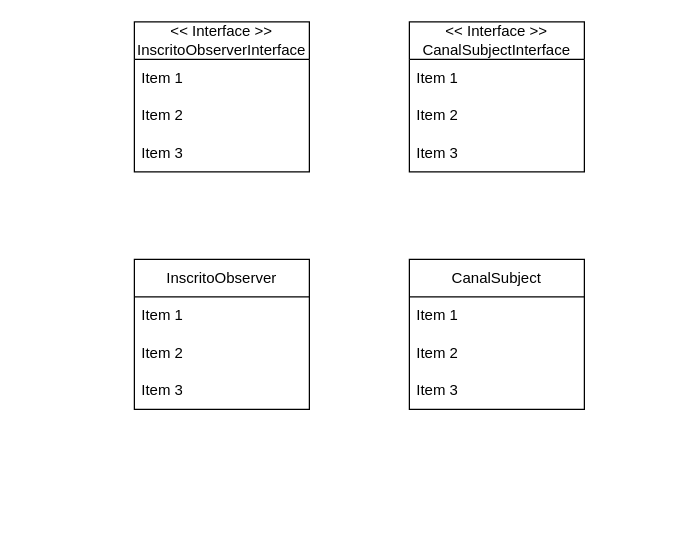
Earlier version of the draw.io diagram padroesProjetosSistemas/observer/Observer.drawio (AugustoTSantos/Bertoti). Source tidied: cells renumbered, new cells numbered last; positions are measured from the earlier drawing's top-left corner, leaving out a move shared by most shapes. Both pictures are drawn from the tidied source at 125%, with x=0, y=0 at pixel (134, 21).
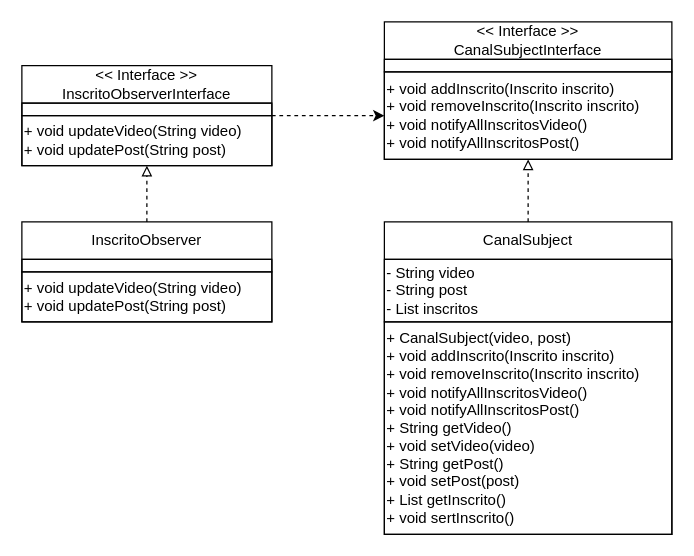
After the change.

Commit message (it also covers changes not shown here):
desenhado diagrama

Diff of the diagram source:
```diff
@@
 <mxGraphModel>
   <root>
     <mxCell id="0" />
     <mxCell id="1" parent="0" />
+    <mxCell id="18" style="edgeStyle=none;html=1;dashed=1;endArrow=classic;endFill=1;" parent="1" edge="1" source="2" target="25">
+      <mxGeometry relative="1" as="geometry" />
+    </mxCell>
-    <mxCell id="2" value="&amp;lt;&amp;lt; Interface &amp;gt;&amp;gt;&lt;br&gt;InscritoObserverInterface" style="swimlane;fontStyle=0;horizontal=1;startSize=30;whiteSpace=wrap;html=1;" parent="1" vertex="1">
-      <mxGeometry width="140" height="120" as="geometry" />
+    <mxCell id="2" value="&amp;lt;&amp;lt; Interface &amp;gt;&amp;gt;&lt;br&gt;InscritoObserverInterface" style="swimlane;fontStyle=0;horizontal=1;startSize=30;whiteSpace=wrap;html=1;glass=0;" parent="1" vertex="1">
+      <mxGeometry x="-90" y="35" width="200" height="80" as="geometry" />
     </mxCell>
-    <mxCell id="3" value="Item 1" style="text;strokeColor=none;fillColor=none;align=left;verticalAlign=middle;spacingLeft=4;spacingRight=4;overflow=hidden;whiteSpace=wrap;html=1;" parent="2" vertex="1">
-      <mxGeometry y="30" width="140" height="30" as="geometry" />
-    </mxCell>
-    <mxCell id="4" value="Item 2" style="text;strokeColor=none;fillColor=none;align=left;verticalAlign=middle;spacingLeft=4;spacingRight=4;overflow=hidden;whiteSpace=wrap;html=1;" parent="2" vertex="1">
-      <mxGeometry y="60" width="140" height="30" as="geometry" />
-    </mxCell>
-    <mxCell id="5" value="Item 3" style="text;strokeColor=none;fillColor=none;align=left;verticalAlign=middle;spacingLeft=4;spacingRight=4;overflow=hidden;whiteSpace=wrap;html=1;" parent="2" vertex="1">
-      <mxGeometry y="90" width="140" height="30" as="geometry" />
-    </mxCell>
+    <mxCell id="19" style="text;html=1;strokeColor=default;fillColor=none;align=center;verticalAlign=middle;whiteSpace=wrap;rounded=0;glass=0;" parent="2" vertex="1">
+      <mxGeometry y="30" width="200" height="10" as="geometry" />
+    </mxCell>
+    <mxCell id="20" value="&lt;div style=&quot;&quot;&gt;&lt;span style=&quot;background-color: initial;&quot;&gt;+ void updateVideo(String video)&lt;/span&gt;&lt;/div&gt;&lt;div style=&quot;&quot;&gt;&lt;span style=&quot;background-color: initial;&quot;&gt;+ void updatePost(String post)&lt;/span&gt;&lt;/div&gt;" style="text;html=1;align=left;verticalAlign=middle;points=[];strokeColor=default;fillColor=none;" parent="2" vertex="1">
+      <mxGeometry y="40" width="200" height="40" as="geometry" />
+    </mxCell>
+    <mxCell id="21" style="edgeStyle=none;html=1;dashed=1;endArrow=block;endFill=0;" parent="1" edge="1" source="14" target="20">
+      <mxGeometry relative="1" as="geometry" />
+    </mxCell>
+    <mxCell id="14" value="InscritoObserver" style="swimlane;fontStyle=0;horizontal=1;startSize=30;whiteSpace=wrap;html=1;glass=0;" parent="1" vertex="1">
+      <mxGeometry x="-90" y="160" width="200" height="80" as="geometry" />
+    </mxCell>
+    <mxCell id="22" style="text;html=1;strokeColor=default;fillColor=none;align=center;verticalAlign=middle;whiteSpace=wrap;rounded=0;glass=0;" parent="14" vertex="1">
+      <mxGeometry y="30" width="200" height="10" as="geometry" />
+    </mxCell>
+    <mxCell id="23" value="&lt;div style=&quot;&quot;&gt;&lt;span style=&quot;background-color: initial;&quot;&gt;+ void updateVideo(String video)&lt;/span&gt;&lt;/div&gt;&lt;div style=&quot;&quot;&gt;&lt;span style=&quot;background-color: initial;&quot;&gt;+ void updatePost(String post)&lt;/span&gt;&lt;/div&gt;" style="text;html=1;align=left;verticalAlign=middle;strokeColor=default;fillColor=none;" parent="14" vertex="1">
+      <mxGeometry y="40" width="200" height="40" as="geometry" />
+    </mxCell>
-    <mxCell id="6" value="&amp;lt;&amp;lt; Interface &amp;gt;&amp;gt;&lt;br&gt;CanalSubjectInterface" style="swimlane;fontStyle=0;horizontal=1;startSize=30;whiteSpace=wrap;html=1;" parent="1" vertex="1">
-      <mxGeometry x="220" width="140" height="120" as="geometry" />
+    <mxCell id="6" value="&amp;lt;&amp;lt; Interface &amp;gt;&amp;gt;&lt;br&gt;CanalSubjectInterface" style="swimlane;fontStyle=0;horizontal=1;startSize=30;whiteSpace=wrap;html=1;glass=0;" parent="1" vertex="1">
+      <mxGeometry x="200" width="230" height="110" as="geometry" />
     </mxCell>
-    <mxCell id="7" value="Item 1" style="text;strokeColor=none;fillColor=none;align=left;verticalAlign=middle;spacingLeft=4;spacingRight=4;overflow=hidden;whiteSpace=wrap;html=1;" parent="6" vertex="1">
-      <mxGeometry y="30" width="140" height="30" as="geometry" />
-    </mxCell>
-    <mxCell id="8" value="Item 2" style="text;strokeColor=none;fillColor=none;align=left;verticalAlign=middle;spacingLeft=4;spacingRight=4;overflow=hidden;whiteSpace=wrap;html=1;" parent="6" vertex="1">
-      <mxGeometry y="60" width="140" height="30" as="geometry" />
-    </mxCell>
-    <mxCell id="9" value="Item 3" style="text;strokeColor=none;fillColor=none;align=left;verticalAlign=middle;spacingLeft=4;spacingRight=4;overflow=hidden;whiteSpace=wrap;html=1;" parent="6" vertex="1">
-      <mxGeometry y="90" width="140" height="30" as="geometry" />
-    </mxCell>
+    <mxCell id="24" style="text;html=1;strokeColor=default;fillColor=none;align=center;verticalAlign=middle;whiteSpace=wrap;rounded=0;glass=0;" parent="6" vertex="1">
+      <mxGeometry y="30" width="230" height="10" as="geometry" />
+    </mxCell>
+    <mxCell id="25" value="&lt;div style=&quot;&quot;&gt;+ void addInscrito(Inscrito inscrito)&lt;/div&gt;&lt;div style=&quot;&quot;&gt;+ void removeInscrito(Inscrito inscrito)&lt;/div&gt;&lt;div style=&quot;&quot;&gt;+ void notifyAllInscritosVideo()&lt;/div&gt;&lt;div style=&quot;&quot;&gt;+ void notifyAllInscritosPost()&lt;/div&gt;" style="text;html=1;align=left;verticalAlign=middle;points=[];strokeColor=default;fillColor=none;" parent="6" vertex="1">
+      <mxGeometry y="40" width="230" height="70" as="geometry" />
+    </mxCell>
+    <mxCell id="26" style="edgeStyle=none;html=1;dashed=1;endArrow=block;endFill=0;" parent="1" edge="1" source="10" target="25">
+      <mxGeometry relative="1" as="geometry" />
+    </mxCell>
-    <mxCell id="10" value="CanalSubject" style="swimlane;fontStyle=0;horizontal=1;startSize=30;whiteSpace=wrap;html=1;" parent="1" vertex="1">
-      <mxGeometry x="220" y="190" width="140" height="120" as="geometry" />
+    <mxCell id="10" value="CanalSubject" style="swimlane;fontStyle=0;horizontal=1;startSize=30;whiteSpace=wrap;html=1;glass=0;" parent="1" vertex="1">
+      <mxGeometry x="200" y="160" width="230" height="250" as="geometry" />
     </mxCell>
-    <mxCell id="11" value="Item 1" style="text;strokeColor=none;fillColor=none;align=left;verticalAlign=middle;spacingLeft=4;spacingRight=4;overflow=hidden;whiteSpace=wrap;html=1;" parent="10" vertex="1">
-      <mxGeometry y="30" width="140" height="30" as="geometry" />
-    </mxCell>
-    <mxCell id="12" value="Item 2" style="text;strokeColor=none;fillColor=none;align=left;verticalAlign=middle;spacingLeft=4;spacingRight=4;overflow=hidden;whiteSpace=wrap;html=1;" parent="10" vertex="1">
-      <mxGeometry y="60" width="140" height="30" as="geometry" />
-    </mxCell>
-    <mxCell id="13" value="Item 3" style="text;strokeColor=none;fillColor=none;align=left;verticalAlign=middle;spacingLeft=4;spacingRight=4;overflow=hidden;whiteSpace=wrap;html=1;" parent="10" vertex="1">
-      <mxGeometry y="90" width="140" height="30" as="geometry" />
-    </mxCell>
-    <mxCell id="14" value="InscritoObserver" style="swimlane;fontStyle=0;horizontal=1;startSize=30;whiteSpace=wrap;html=1;" parent="1" vertex="1">
-      <mxGeometry y="190" width="140" height="120" as="geometry" />
-    </mxCell>
-    <mxCell id="15" value="Item 1" style="text;strokeColor=none;fillColor=none;align=left;verticalAlign=middle;spacingLeft=4;spacingRight=4;overflow=hidden;whiteSpace=wrap;html=1;" parent="14" vertex="1">
-      <mxGeometry y="30" width="140" height="30" as="geometry" />
-    </mxCell>
-    <mxCell id="16" value="Item 2" style="text;strokeColor=none;fillColor=none;align=left;verticalAlign=middle;spacingLeft=4;spacingRight=4;overflow=hidden;whiteSpace=wrap;html=1;" parent="14" vertex="1">
-      <mxGeometry y="60" width="140" height="30" as="geometry" />
-    </mxCell>
-    <mxCell id="17" value="Item 3" style="text;strokeColor=none;fillColor=none;align=left;verticalAlign=middle;spacingLeft=4;spacingRight=4;overflow=hidden;whiteSpace=wrap;html=1;" parent="14" vertex="1">
-      <mxGeometry y="90" width="140" height="30" as="geometry" />
-    </mxCell>
+    <mxCell id="27" value="- String video&lt;br&gt;- String post&lt;br&gt;- List inscritos" style="text;html=1;strokeColor=default;fillColor=none;align=left;verticalAlign=middle;whiteSpace=wrap;rounded=0;glass=0;" parent="10" vertex="1">
+      <mxGeometry y="30" width="230" height="50" as="geometry" />
+    </mxCell>
+    <mxCell id="28" value="&lt;div style=&quot;&quot;&gt;&lt;span style=&quot;background-color: initial;&quot;&gt;+ CanalSubject(video, post)&lt;/span&gt;&lt;/div&gt;&lt;div style=&quot;&quot;&gt;&lt;span style=&quot;background-color: initial;&quot;&gt;+ void addInscrito(Inscrito inscrito)&lt;/span&gt;&lt;/div&gt;&lt;div style=&quot;&quot;&gt;+ void removeInscrito(Inscrito inscrito)&lt;/div&gt;&lt;div style=&quot;&quot;&gt;+ void notifyAllInscritosVideo()&lt;/div&gt;&lt;div style=&quot;&quot;&gt;+ void notifyAllInscritosPost()&lt;/div&gt;&lt;div style=&quot;&quot;&gt;+ String getVideo()&lt;/div&gt;&lt;div style=&quot;&quot;&gt;+ void setVideo(video)&lt;/div&gt;&lt;div style=&quot;&quot;&gt;+ String getPost()&lt;/div&gt;&lt;div style=&quot;&quot;&gt;+ void setPost(post)&lt;/div&gt;&lt;div style=&quot;&quot;&gt;+ List getInscrito()&lt;/div&gt;&lt;div style=&quot;&quot;&gt;+ void sertInscrito()&lt;/div&gt;" style="text;html=1;align=left;verticalAlign=middle;strokeColor=default;fillColor=none;" parent="10" vertex="1">
+      <mxGeometry y="80" width="230" height="170" as="geometry" />
+    </mxCell>
   </root>
 </mxGraphModel>
```
